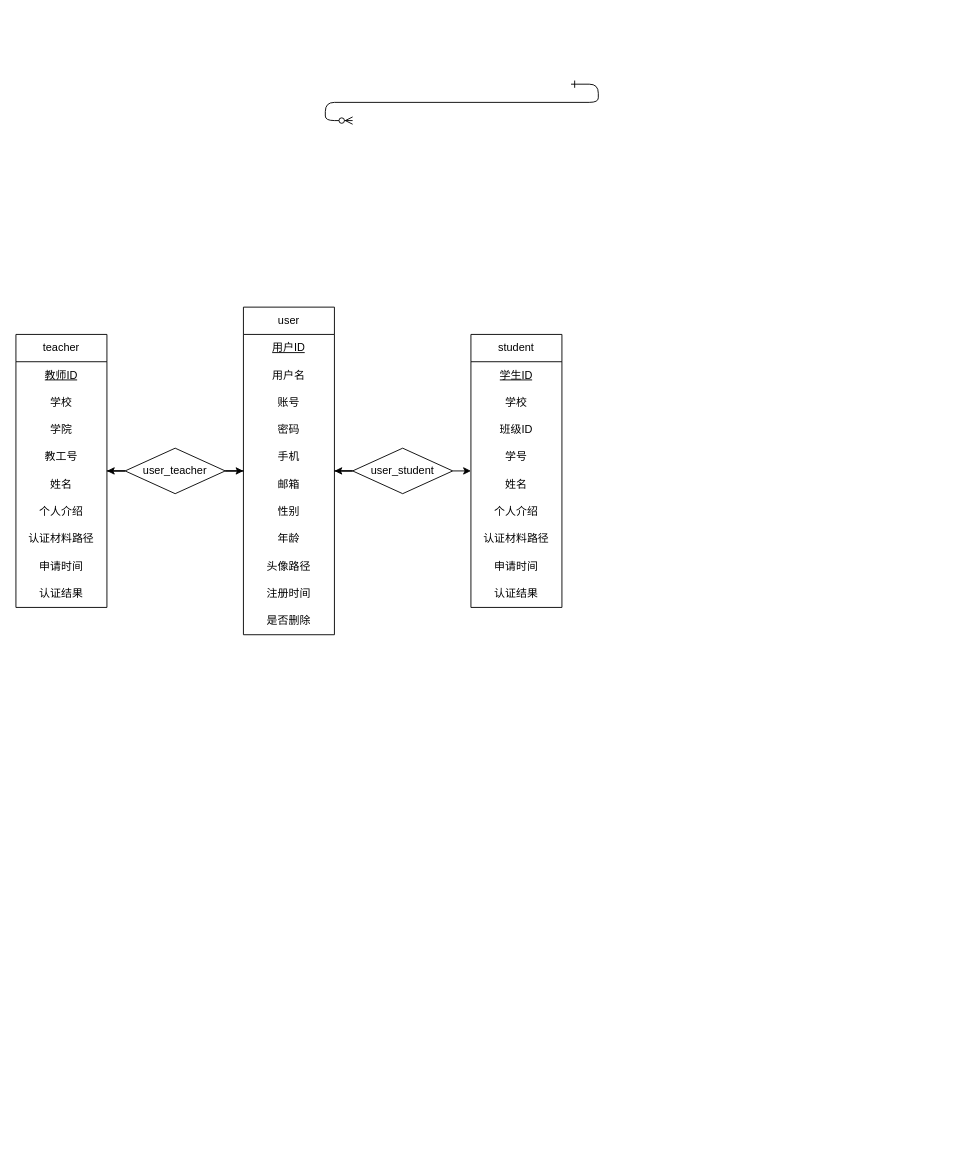
This is 未命名绘图.drawio from Umbrellalalala/Hello-World, a draw.io file, before an edit. Source tidied: cells renumbered, new cells numbered last; positions are measured from the earlier drawing's top-left corner, leaving out a move shared by most shapes. Both pictures are drawn from the tidied source at 91%, with x=0, y=0 at pixel (15, 84).
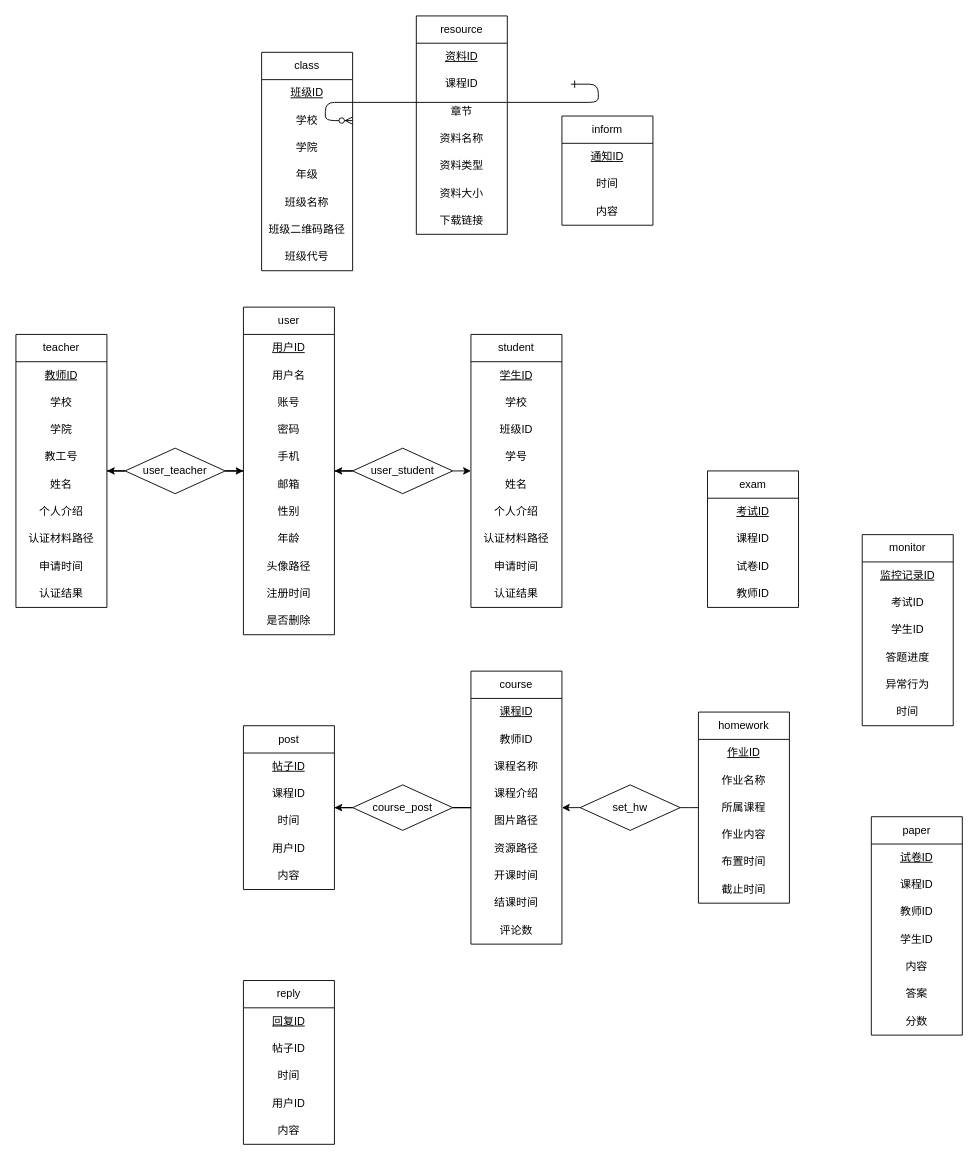
The same diagram, later.

Commit message (it also covers changes not shown here):
更新未命名绘图.drawio

The edit, as a diff of the source:
```diff
@@
+    <mxCell id="41" value="class" style="swimlane;fontStyle=0;horizontal=1;startSize=30;whiteSpace=wrap;html=1;" parent="1" vertex="1">
+      <mxGeometry x="270" y="-35" width="100" height="240" as="geometry" />
+    </mxCell>
+    <mxCell id="42" value="&lt;u&gt;班级ID&lt;/u&gt;" style="text;strokeColor=none;fillColor=none;align=center;verticalAlign=middle;spacingLeft=4;spacingRight=4;overflow=hidden;whiteSpace=wrap;html=1;" parent="41" vertex="1">
+      <mxGeometry y="30" width="100" height="30" as="geometry" />
+    </mxCell>
+    <mxCell id="43" value="学校" style="text;strokeColor=none;fillColor=none;align=center;verticalAlign=middle;spacingLeft=4;spacingRight=4;overflow=hidden;whiteSpace=wrap;html=1;" parent="41" vertex="1">
+      <mxGeometry y="60" width="100" height="30" as="geometry" />
+    </mxCell>
+    <mxCell id="44" value="学院" style="text;strokeColor=none;fillColor=none;align=center;verticalAlign=middle;spacingLeft=4;spacingRight=4;overflow=hidden;whiteSpace=wrap;html=1;" parent="41" vertex="1">
+      <mxGeometry y="90" width="100" height="30" as="geometry" />
+    </mxCell>
+    <mxCell id="45" value="年级" style="text;strokeColor=none;fillColor=none;align=center;verticalAlign=middle;spacingLeft=4;spacingRight=4;overflow=hidden;whiteSpace=wrap;html=1;" parent="41" vertex="1">
+      <mxGeometry y="120" width="100" height="30" as="geometry" />
+    </mxCell>
+    <mxCell id="46" value="班级名称" style="text;strokeColor=none;fillColor=none;align=center;verticalAlign=middle;spacingLeft=4;spacingRight=4;overflow=hidden;whiteSpace=wrap;html=1;" parent="41" vertex="1">
+      <mxGeometry y="150" width="100" height="30" as="geometry" />
+    </mxCell>
+    <mxCell id="47" value="班级二维码路径" style="text;strokeColor=none;fillColor=none;align=center;verticalAlign=middle;spacingLeft=4;spacingRight=4;overflow=hidden;whiteSpace=wrap;html=1;" parent="41" vertex="1">
+      <mxGeometry y="180" width="100" height="30" as="geometry" />
+    </mxCell>
+    <mxCell id="48" value="班级代号" style="text;strokeColor=none;fillColor=none;align=center;verticalAlign=middle;spacingLeft=4;spacingRight=4;overflow=hidden;whiteSpace=wrap;html=1;" parent="41" vertex="1">
+      <mxGeometry y="210" width="100" height="30" as="geometry" />
+    </mxCell>
+    <mxCell id="49" value="course" style="swimlane;fontStyle=0;horizontal=1;startSize=30;whiteSpace=wrap;html=1;" parent="1" vertex="1">
+      <mxGeometry x="500" y="645" width="100" height="300" as="geometry" />
+    </mxCell>
+    <mxCell id="50" value="&lt;u&gt;课程ID&lt;/u&gt;" style="text;strokeColor=none;fillColor=none;align=center;verticalAlign=middle;spacingLeft=4;spacingRight=4;overflow=hidden;whiteSpace=wrap;html=1;" parent="49" vertex="1">
+      <mxGeometry y="30" width="100" height="30" as="geometry" />
+    </mxCell>
+    <mxCell id="51" value="教师ID" style="text;strokeColor=none;fillColor=none;align=center;verticalAlign=middle;spacingLeft=4;spacingRight=4;overflow=hidden;whiteSpace=wrap;html=1;" parent="49" vertex="1">
+      <mxGeometry y="60" width="100" height="30" as="geometry" />
+    </mxCell>
+    <mxCell id="52" value="课程名称" style="text;strokeColor=none;fillColor=none;align=center;verticalAlign=middle;spacingLeft=4;spacingRight=4;overflow=hidden;whiteSpace=wrap;html=1;" parent="49" vertex="1">
+      <mxGeometry y="90" width="100" height="30" as="geometry" />
+    </mxCell>
+    <mxCell id="53" value="课程介绍" style="text;strokeColor=none;fillColor=none;align=center;verticalAlign=middle;spacingLeft=4;spacingRight=4;overflow=hidden;whiteSpace=wrap;html=1;" parent="49" vertex="1">
+      <mxGeometry y="120" width="100" height="30" as="geometry" />
+    </mxCell>
+    <mxCell id="54" value="图片路径" style="text;strokeColor=none;fillColor=none;align=center;verticalAlign=middle;spacingLeft=4;spacingRight=4;overflow=hidden;whiteSpace=wrap;html=1;" parent="49" vertex="1">
+      <mxGeometry y="150" width="100" height="30" as="geometry" />
+    </mxCell>
+    <mxCell id="55" value="资源路径" style="text;strokeColor=none;fillColor=none;align=center;verticalAlign=middle;spacingLeft=4;spacingRight=4;overflow=hidden;whiteSpace=wrap;html=1;" parent="49" vertex="1">
+      <mxGeometry y="180" width="100" height="30" as="geometry" />
+    </mxCell>
+    <mxCell id="56" value="开课时间" style="text;strokeColor=none;fillColor=none;align=center;verticalAlign=middle;spacingLeft=4;spacingRight=4;overflow=hidden;whiteSpace=wrap;html=1;" parent="49" vertex="1">
+      <mxGeometry y="210" width="100" height="30" as="geometry" />
+    </mxCell>
+    <mxCell id="57" value="结课时间" style="text;strokeColor=none;fillColor=none;align=center;verticalAlign=middle;spacingLeft=4;spacingRight=4;overflow=hidden;whiteSpace=wrap;html=1;" parent="49" vertex="1">
+      <mxGeometry y="240" width="100" height="30" as="geometry" />
+    </mxCell>
+    <mxCell id="58" value="评论数" style="text;strokeColor=none;fillColor=none;align=center;verticalAlign=middle;spacingLeft=4;spacingRight=4;overflow=hidden;whiteSpace=wrap;html=1;" parent="49" vertex="1">
+      <mxGeometry y="270" width="100" height="30" as="geometry" />
+    </mxCell>
+    <mxCell id="59" value="resource" style="swimlane;fontStyle=0;horizontal=1;startSize=30;whiteSpace=wrap;html=1;" parent="1" vertex="1">
+      <mxGeometry x="440" y="-75" width="100" height="240" as="geometry" />
+    </mxCell>
+    <mxCell id="60" value="&lt;u&gt;资料ID&lt;/u&gt;" style="text;strokeColor=none;fillColor=none;align=center;verticalAlign=middle;spacingLeft=4;spacingRight=4;overflow=hidden;whiteSpace=wrap;html=1;" parent="59" vertex="1">
+      <mxGeometry y="30" width="100" height="30" as="geometry" />
+    </mxCell>
+    <mxCell id="61" value="课程ID" style="text;strokeColor=none;fillColor=none;align=center;verticalAlign=middle;spacingLeft=4;spacingRight=4;overflow=hidden;whiteSpace=wrap;html=1;" parent="59" vertex="1">
+      <mxGeometry y="60" width="100" height="30" as="geometry" />
+    </mxCell>
+    <mxCell id="62" value="章节" style="text;strokeColor=none;fillColor=none;align=center;verticalAlign=middle;spacingLeft=4;spacingRight=4;overflow=hidden;whiteSpace=wrap;html=1;" parent="59" vertex="1">
+      <mxGeometry y="90" width="100" height="30" as="geometry" />
+    </mxCell>
+    <mxCell id="63" value="资料名称" style="text;strokeColor=none;fillColor=none;align=center;verticalAlign=middle;spacingLeft=4;spacingRight=4;overflow=hidden;whiteSpace=wrap;html=1;" parent="59" vertex="1">
+      <mxGeometry y="120" width="100" height="30" as="geometry" />
+    </mxCell>
+    <mxCell id="64" value="资料类型" style="text;strokeColor=none;fillColor=none;align=center;verticalAlign=middle;spacingLeft=4;spacingRight=4;overflow=hidden;whiteSpace=wrap;html=1;" parent="59" vertex="1">
+      <mxGeometry y="150" width="100" height="30" as="geometry" />
+    </mxCell>
+    <mxCell id="65" value="资料大小" style="text;strokeColor=none;fillColor=none;align=center;verticalAlign=middle;spacingLeft=4;spacingRight=4;overflow=hidden;whiteSpace=wrap;html=1;" parent="59" vertex="1">
+      <mxGeometry y="180" width="100" height="30" as="geometry" />
+    </mxCell>
+    <mxCell id="66" value="下载链接" style="text;strokeColor=none;fillColor=none;align=center;verticalAlign=middle;spacingLeft=4;spacingRight=4;overflow=hidden;whiteSpace=wrap;html=1;" parent="59" vertex="1">
+      <mxGeometry y="210" width="100" height="30" as="geometry" />
+    </mxCell>
+    <mxCell id="67" value="inform" style="swimlane;fontStyle=0;horizontal=1;startSize=30;whiteSpace=wrap;html=1;" parent="1" vertex="1">
+      <mxGeometry x="600" y="35" width="100" height="120" as="geometry" />
+    </mxCell>
+    <mxCell id="68" value="&lt;u&gt;通知ID&lt;/u&gt;" style="text;strokeColor=none;fillColor=none;align=center;verticalAlign=middle;spacingLeft=4;spacingRight=4;overflow=hidden;whiteSpace=wrap;html=1;" parent="67" vertex="1">
+      <mxGeometry y="30" width="100" height="30" as="geometry" />
+    </mxCell>
+    <mxCell id="69" value="时间" style="text;strokeColor=none;fillColor=none;align=center;verticalAlign=middle;spacingLeft=4;spacingRight=4;overflow=hidden;whiteSpace=wrap;html=1;" parent="67" vertex="1">
+      <mxGeometry y="60" width="100" height="30" as="geometry" />
+    </mxCell>
+    <mxCell id="70" value="内容" style="text;strokeColor=none;fillColor=none;align=center;verticalAlign=middle;spacingLeft=4;spacingRight=4;overflow=hidden;whiteSpace=wrap;html=1;" parent="67" vertex="1">
+      <mxGeometry y="90" width="100" height="30" as="geometry" />
+    </mxCell>
+    <mxCell id="71" value="homework" style="swimlane;fontStyle=0;horizontal=1;startSize=30;whiteSpace=wrap;html=1;" parent="1" vertex="1">
+      <mxGeometry x="750" y="690" width="100" height="210" as="geometry" />
+    </mxCell>
+    <mxCell id="72" value="&lt;u&gt;作业ID&lt;/u&gt;" style="text;strokeColor=none;fillColor=none;align=center;verticalAlign=middle;spacingLeft=4;spacingRight=4;overflow=hidden;whiteSpace=wrap;html=1;" parent="71" vertex="1">
+      <mxGeometry y="30" width="100" height="30" as="geometry" />
+    </mxCell>
+    <mxCell id="73" value="作业名称" style="text;strokeColor=none;fillColor=none;align=center;verticalAlign=middle;spacingLeft=4;spacingRight=4;overflow=hidden;whiteSpace=wrap;html=1;" parent="71" vertex="1">
+      <mxGeometry y="60" width="100" height="30" as="geometry" />
+    </mxCell>
+    <mxCell id="74" value="所属课程" style="text;strokeColor=none;fillColor=none;align=center;verticalAlign=middle;spacingLeft=4;spacingRight=4;overflow=hidden;whiteSpace=wrap;html=1;" parent="71" vertex="1">
+      <mxGeometry y="90" width="100" height="30" as="geometry" />
+    </mxCell>
+    <mxCell id="75" value="作业内容" style="text;strokeColor=none;fillColor=none;align=center;verticalAlign=middle;spacingLeft=4;spacingRight=4;overflow=hidden;whiteSpace=wrap;html=1;" parent="71" vertex="1">
+      <mxGeometry y="120" width="100" height="30" as="geometry" />
+    </mxCell>
+    <mxCell id="76" value="布置时间" style="text;strokeColor=none;fillColor=none;align=center;verticalAlign=middle;spacingLeft=4;spacingRight=4;overflow=hidden;whiteSpace=wrap;html=1;" parent="71" vertex="1">
+      <mxGeometry y="150" width="100" height="30" as="geometry" />
+    </mxCell>
+    <mxCell id="77" value="截止时间" style="text;strokeColor=none;fillColor=none;align=center;verticalAlign=middle;spacingLeft=4;spacingRight=4;overflow=hidden;whiteSpace=wrap;html=1;" parent="71" vertex="1">
+      <mxGeometry y="180" width="100" height="30" as="geometry" />
+    </mxCell>
+    <mxCell id="78" value="reply" style="swimlane;fontStyle=0;horizontal=1;startSize=30;whiteSpace=wrap;html=1;" parent="1" vertex="1">
+      <mxGeometry x="250" y="985" width="100" height="180" as="geometry" />
+    </mxCell>
+    <mxCell id="79" value="&lt;u&gt;回复ID&lt;/u&gt;" style="text;strokeColor=none;fillColor=none;align=center;verticalAlign=middle;spacingLeft=4;spacingRight=4;overflow=hidden;whiteSpace=wrap;html=1;" parent="78" vertex="1">
+      <mxGeometry y="30" width="100" height="30" as="geometry" />
+    </mxCell>
+    <mxCell id="80" value="帖子ID" style="text;strokeColor=none;fillColor=none;align=center;verticalAlign=middle;spacingLeft=4;spacingRight=4;overflow=hidden;whiteSpace=wrap;html=1;" parent="78" vertex="1">
+      <mxGeometry y="60" width="100" height="30" as="geometry" />
+    </mxCell>
+    <mxCell id="81" value="时间" style="text;strokeColor=none;fillColor=none;align=center;verticalAlign=middle;spacingLeft=4;spacingRight=4;overflow=hidden;whiteSpace=wrap;html=1;" parent="78" vertex="1">
+      <mxGeometry y="90" width="100" height="30" as="geometry" />
+    </mxCell>
+    <mxCell id="82" value="用户ID" style="text;strokeColor=none;fillColor=none;align=center;verticalAlign=middle;spacingLeft=4;spacingRight=4;overflow=hidden;whiteSpace=wrap;html=1;" parent="78" vertex="1">
+      <mxGeometry y="120" width="100" height="30" as="geometry" />
+    </mxCell>
+    <mxCell id="83" value="内容" style="text;strokeColor=none;fillColor=none;align=center;verticalAlign=middle;spacingLeft=4;spacingRight=4;overflow=hidden;whiteSpace=wrap;html=1;" parent="78" vertex="1">
+      <mxGeometry y="150" width="100" height="30" as="geometry" />
+    </mxCell>
+    <mxCell id="84" value="exam" style="swimlane;fontStyle=0;horizontal=1;startSize=30;whiteSpace=wrap;html=1;" parent="1" vertex="1">
+      <mxGeometry x="760" y="425" width="100" height="150" as="geometry" />
+    </mxCell>
+    <mxCell id="85" value="&lt;u&gt;考试ID&lt;/u&gt;" style="text;strokeColor=none;fillColor=none;align=center;verticalAlign=middle;spacingLeft=4;spacingRight=4;overflow=hidden;whiteSpace=wrap;html=1;" parent="84" vertex="1">
+      <mxGeometry y="30" width="100" height="30" as="geometry" />
+    </mxCell>
+    <mxCell id="86" value="课程ID" style="text;strokeColor=none;fillColor=none;align=center;verticalAlign=middle;spacingLeft=4;spacingRight=4;overflow=hidden;whiteSpace=wrap;html=1;" parent="84" vertex="1">
+      <mxGeometry y="60" width="100" height="30" as="geometry" />
+    </mxCell>
+    <mxCell id="87" value="试卷ID" style="text;strokeColor=none;fillColor=none;align=center;verticalAlign=middle;spacingLeft=4;spacingRight=4;overflow=hidden;whiteSpace=wrap;html=1;" parent="84" vertex="1">
+      <mxGeometry y="90" width="100" height="30" as="geometry" />
+    </mxCell>
+    <mxCell id="88" value="教师ID" style="text;strokeColor=none;fillColor=none;align=center;verticalAlign=middle;spacingLeft=4;spacingRight=4;overflow=hidden;whiteSpace=wrap;html=1;" parent="84" vertex="1">
+      <mxGeometry y="120" width="100" height="30" as="geometry" />
+    </mxCell>
+    <mxCell id="89" value="paper" style="swimlane;fontStyle=0;horizontal=1;startSize=30;whiteSpace=wrap;html=1;" parent="1" vertex="1">
+      <mxGeometry x="940" y="805" width="100" height="240" as="geometry" />
+    </mxCell>
+    <mxCell id="90" value="&lt;u&gt;试卷ID&lt;/u&gt;" style="text;strokeColor=none;fillColor=none;align=center;verticalAlign=middle;spacingLeft=4;spacingRight=4;overflow=hidden;whiteSpace=wrap;html=1;" parent="89" vertex="1">
+      <mxGeometry y="30" width="100" height="30" as="geometry" />
+    </mxCell>
+    <mxCell id="91" value="课程ID" style="text;strokeColor=none;fillColor=none;align=center;verticalAlign=middle;spacingLeft=4;spacingRight=4;overflow=hidden;whiteSpace=wrap;html=1;" parent="89" vertex="1">
+      <mxGeometry y="60" width="100" height="30" as="geometry" />
+    </mxCell>
+    <mxCell id="92" value="教师ID" style="text;strokeColor=none;fillColor=none;align=center;verticalAlign=middle;spacingLeft=4;spacingRight=4;overflow=hidden;whiteSpace=wrap;html=1;" parent="89" vertex="1">
+      <mxGeometry y="90" width="100" height="30" as="geometry" />
+    </mxCell>
+    <mxCell id="93" value="学生ID" style="text;strokeColor=none;fillColor=none;align=center;verticalAlign=middle;spacingLeft=4;spacingRight=4;overflow=hidden;whiteSpace=wrap;html=1;" parent="89" vertex="1">
+      <mxGeometry y="120" width="100" height="30" as="geometry" />
+    </mxCell>
+    <mxCell id="94" value="内容" style="text;strokeColor=none;fillColor=none;align=center;verticalAlign=middle;spacingLeft=4;spacingRight=4;overflow=hidden;whiteSpace=wrap;html=1;" parent="89" vertex="1">
+      <mxGeometry y="150" width="100" height="30" as="geometry" />
+    </mxCell>
+    <mxCell id="95" value="答案" style="text;strokeColor=none;fillColor=none;align=center;verticalAlign=middle;spacingLeft=4;spacingRight=4;overflow=hidden;whiteSpace=wrap;html=1;" parent="89" vertex="1">
+      <mxGeometry y="180" width="100" height="30" as="geometry" />
+    </mxCell>
+    <mxCell id="96" value="分数" style="text;strokeColor=none;fillColor=none;align=center;verticalAlign=middle;spacingLeft=4;spacingRight=4;overflow=hidden;whiteSpace=wrap;html=1;" parent="89" vertex="1">
+      <mxGeometry y="210" width="100" height="30" as="geometry" />
+    </mxCell>
+    <mxCell id="97" value="monitor" style="swimlane;fontStyle=0;horizontal=1;startSize=30;whiteSpace=wrap;html=1;" parent="1" vertex="1">
+      <mxGeometry x="930" y="495" width="100" height="210" as="geometry" />
+    </mxCell>
+    <mxCell id="98" value="&lt;u&gt;监控记录ID&lt;/u&gt;" style="text;strokeColor=none;fillColor=none;align=center;verticalAlign=middle;spacingLeft=4;spacingRight=4;overflow=hidden;whiteSpace=wrap;html=1;" parent="97" vertex="1">
+      <mxGeometry y="30" width="100" height="30" as="geometry" />
+    </mxCell>
+    <mxCell id="99" value="考试ID" style="text;strokeColor=none;fillColor=none;align=center;verticalAlign=middle;spacingLeft=4;spacingRight=4;overflow=hidden;whiteSpace=wrap;html=1;" parent="97" vertex="1">
+      <mxGeometry y="60" width="100" height="30" as="geometry" />
+    </mxCell>
+    <mxCell id="100" value="学生ID" style="text;strokeColor=none;fillColor=none;align=center;verticalAlign=middle;spacingLeft=4;spacingRight=4;overflow=hidden;whiteSpace=wrap;html=1;" parent="97" vertex="1">
+      <mxGeometry y="90" width="100" height="30" as="geometry" />
+    </mxCell>
+    <mxCell id="101" value="答题进度" style="text;strokeColor=none;fillColor=none;align=center;verticalAlign=middle;spacingLeft=4;spacingRight=4;overflow=hidden;whiteSpace=wrap;html=1;" parent="97" vertex="1">
+      <mxGeometry y="120" width="100" height="30" as="geometry" />
+    </mxCell>
+    <mxCell id="102" value="异常行为" style="text;strokeColor=none;fillColor=none;align=center;verticalAlign=middle;spacingLeft=4;spacingRight=4;overflow=hidden;whiteSpace=wrap;html=1;" parent="97" vertex="1">
+      <mxGeometry y="150" width="100" height="30" as="geometry" />
+    </mxCell>
+    <mxCell id="103" value="时间" style="text;strokeColor=none;fillColor=none;align=center;verticalAlign=middle;spacingLeft=4;spacingRight=4;overflow=hidden;whiteSpace=wrap;html=1;" parent="97" vertex="1">
+      <mxGeometry y="180" width="100" height="30" as="geometry" />
+    </mxCell>
+    <mxCell id="104" style="edgeStyle=orthogonalEdgeStyle;rounded=0;jettySize=auto;html=1;endArrow=none;endFill=0;" parent="1" edge="1" source="106" target="71">
+      <mxGeometry relative="1" as="geometry">
+        <Array as="points">
+          <mxPoint x="740" y="795" />
+          <mxPoint x="740" y="795" />
+        </Array>
+      </mxGeometry>
+    </mxCell>
+    <mxCell id="105" style="edgeStyle=orthogonalEdgeStyle;rounded=0;jettySize=auto;html=1;" parent="1" edge="1" source="106">
+      <mxGeometry relative="1" as="geometry">
+        <mxPoint x="600" y="795" as="targetPoint" />
+      </mxGeometry>
+    </mxCell>
+    <mxCell id="106" value="set_hw" style="rhombus;whiteSpace=wrap;html=1;" parent="1" vertex="1">
+      <mxGeometry x="620" y="770" width="110" height="50" as="geometry" />
+    </mxCell>
+    <mxCell id="107" value="post" style="swimlane;fontStyle=0;horizontal=1;startSize=30;whiteSpace=wrap;html=1;" parent="1" vertex="1">
+      <mxGeometry x="250" y="705" width="100" height="180" as="geometry" />
+    </mxCell>
+    <mxCell id="108" value="&lt;u&gt;帖子ID&lt;/u&gt;" style="text;strokeColor=none;fillColor=none;align=center;verticalAlign=middle;spacingLeft=4;spacingRight=4;overflow=hidden;whiteSpace=wrap;html=1;" parent="107" vertex="1">
+      <mxGeometry y="30" width="100" height="30" as="geometry" />
+    </mxCell>
+    <mxCell id="109" value="课程ID" style="text;strokeColor=none;fillColor=none;align=center;verticalAlign=middle;spacingLeft=4;spacingRight=4;overflow=hidden;whiteSpace=wrap;html=1;" parent="107" vertex="1">
+      <mxGeometry y="60" width="100" height="30" as="geometry" />
+    </mxCell>
+    <mxCell id="110" value="时间" style="text;strokeColor=none;fillColor=none;align=center;verticalAlign=middle;spacingLeft=4;spacingRight=4;overflow=hidden;whiteSpace=wrap;html=1;" parent="107" vertex="1">
+      <mxGeometry y="90" width="100" height="30" as="geometry" />
+    </mxCell>
+    <mxCell id="111" value="用户ID" style="text;strokeColor=none;fillColor=none;align=center;verticalAlign=middle;spacingLeft=4;spacingRight=4;overflow=hidden;whiteSpace=wrap;html=1;" parent="107" vertex="1">
+      <mxGeometry y="120" width="100" height="30" as="geometry" />
+    </mxCell>
+    <mxCell id="112" value="内容" style="text;strokeColor=none;fillColor=none;align=center;verticalAlign=middle;spacingLeft=4;spacingRight=4;overflow=hidden;whiteSpace=wrap;html=1;" parent="107" vertex="1">
+      <mxGeometry y="150" width="100" height="30" as="geometry" />
+    </mxCell>
+    <mxCell id="113" style="edgeStyle=orthogonalEdgeStyle;rounded=0;jettySize=auto;html=1;endArrow=none;endFill=0;" parent="1" edge="1" source="115" target="49">
+      <mxGeometry relative="1" as="geometry" />
+    </mxCell>
+    <mxCell id="114" style="edgeStyle=orthogonalEdgeStyle;rounded=0;jettySize=auto;html=1;" parent="1" edge="1" source="115" target="107">
+      <mxGeometry relative="1" as="geometry" />
+    </mxCell>
+    <mxCell id="115" value="course_post" style="rhombus;whiteSpace=wrap;html=1;" parent="1" vertex="1">
+      <mxGeometry x="370" y="770" width="110" height="50" as="geometry" />
+    </mxCell>
```
